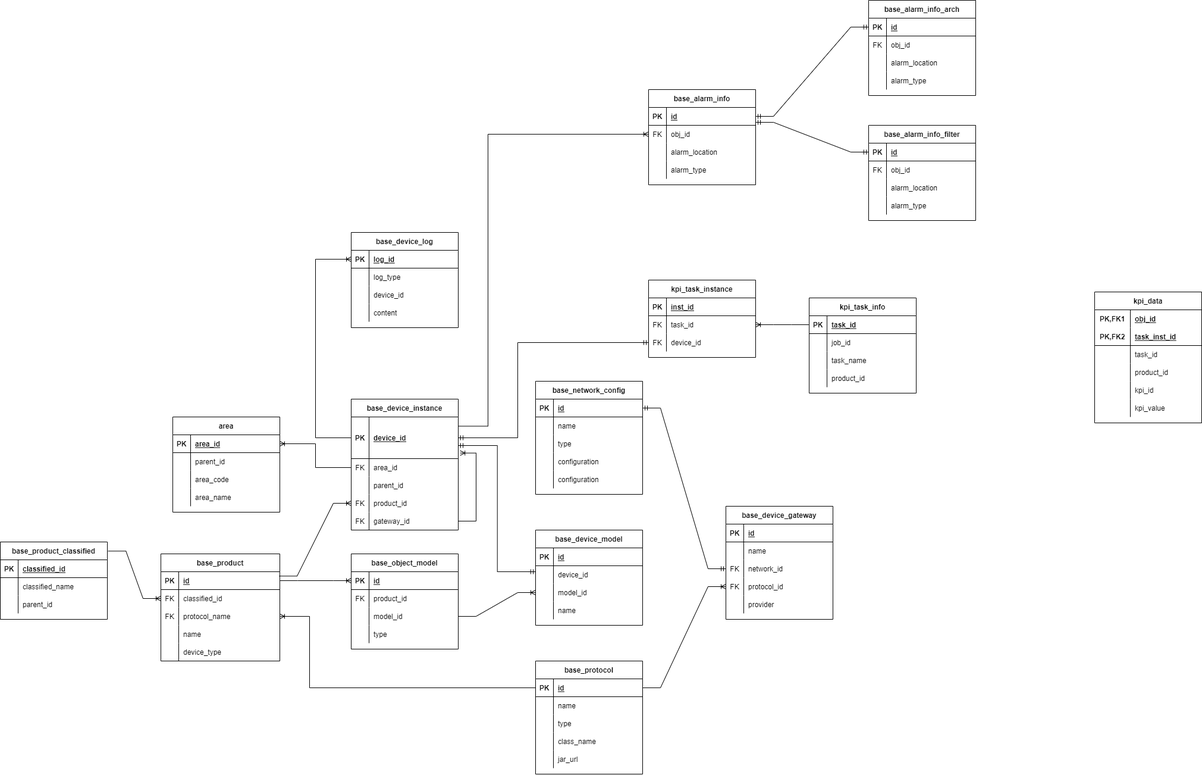
Earlier version of the draw.io export Untitled Diagram.drawio.png (liuyucai/springcloud-config). Source tidied: cells renumbered, new cells last; positions are measured from the earlier drawing's top-left corner, leaving out a move shared by most shapes.
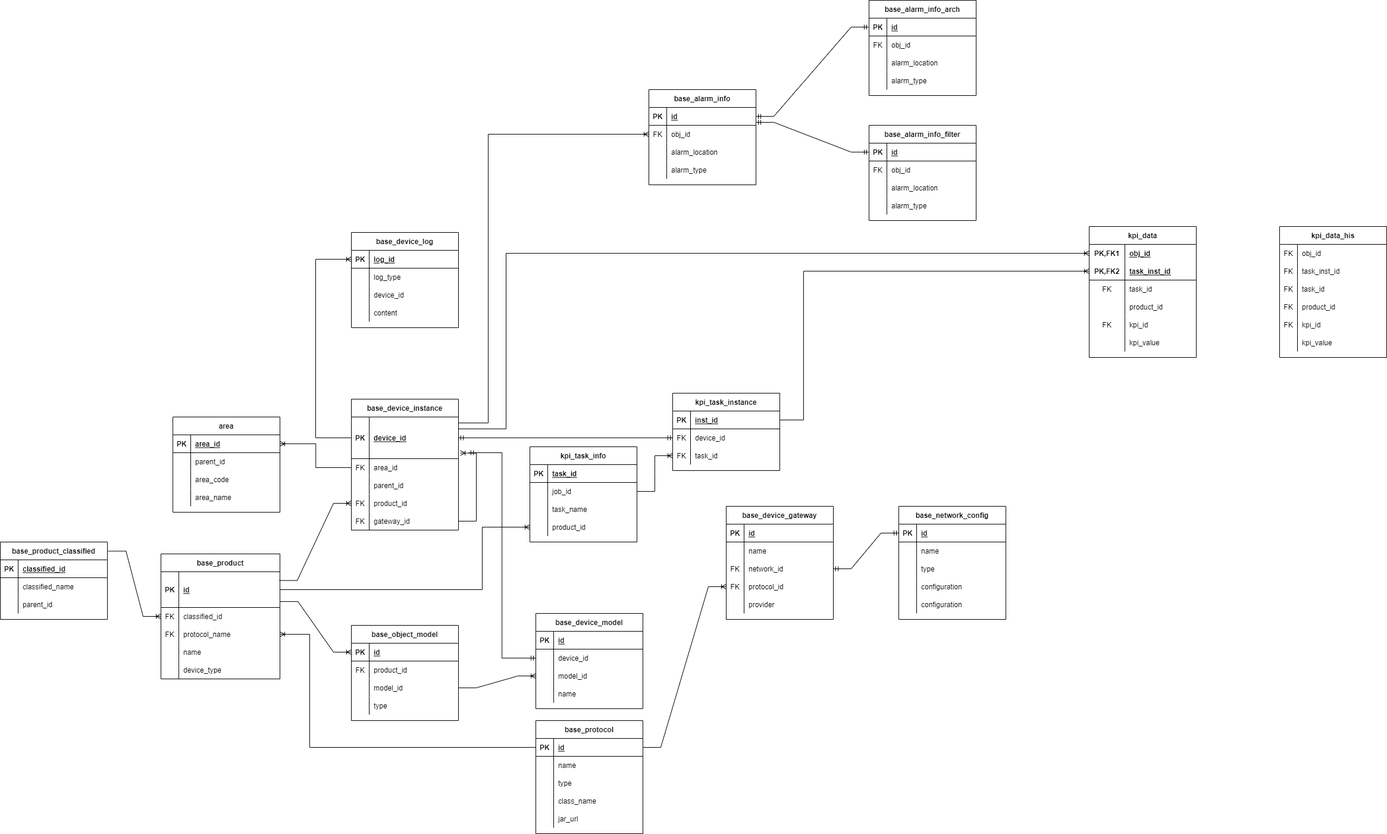
The same diagram one commit later.

Change to the diagram source:
```diff
@@ -5,15 +5,15 @@
     <mxCell id="2" value="base_product" style="shape=table;startSize=30;rowLines=0;fontStyle=1;align=center;" parent="1" vertex="1">
-      <mxGeometry x="270" y="930" width="200" height="180" as="geometry" />
+      <mxGeometry x="270" y="930" width="200" height="210" as="geometry" />
     </mxCell>
     <mxCell id="3" style="shape=tableRow;horizontal=0;startSize=0;swimlaneHead=0;swimlaneBody=0;fillColor=none;points=[[0,0.5],[1,0.5]];portConstraint=eastwest;top=0;left=0;right=0;bottom=1;" parent="2" vertex="1">
-      <mxGeometry y="30" width="200" height="30" as="geometry" />
+      <mxGeometry y="30" width="200" height="60" as="geometry" />
     </mxCell>
     <mxCell id="4" value="PK" style="shape=partialRectangle;fillColor=none;top=0;left=0;bottom=0;right=0;fontStyle=1;overflow=hidden;" parent="3" vertex="1">
-      <mxGeometry width="30" height="30" as="geometry" />
+      <mxGeometry width="30" height="60" as="geometry" />
     </mxCell>
     <mxCell id="5" value="id" style="shape=partialRectangle;fillColor=none;top=0;left=0;bottom=0;right=0;align=left;spacingLeft=6;fontStyle=5;overflow=hidden;" parent="3" vertex="1">
-      <mxGeometry x="30" width="170" height="30" as="geometry" />
+      <mxGeometry x="30" width="170" height="60" as="geometry" />
     </mxCell>
     <mxCell id="6" style="shape=tableRow;horizontal=0;startSize=0;swimlaneHead=0;swimlaneBody=0;fillColor=none;points=[[0,0.5],[1,0.5]];portConstraint=eastwest;top=0;left=0;right=0;bottom=0;" parent="2" vertex="1">
-      <mxGeometry y="60" width="200" height="30" as="geometry" />
+      <mxGeometry y="90" width="200" height="30" as="geometry" />
     </mxCell>
@@ -26,3 +26,3 @@
     <mxCell id="9" style="shape=tableRow;horizontal=0;startSize=0;swimlaneHead=0;swimlaneBody=0;fillColor=none;points=[[0,0.5],[1,0.5]];portConstraint=eastwest;top=0;left=0;right=0;bottom=0;" parent="2" vertex="1">
-      <mxGeometry y="90" width="200" height="30" as="geometry" />
+      <mxGeometry y="120" width="200" height="30" as="geometry" />
     </mxCell>
@@ -35,3 +35,3 @@
     <mxCell id="12" style="shape=tableRow;horizontal=0;startSize=0;swimlaneHead=0;swimlaneBody=0;fillColor=none;top=0;left=0;right=0;bottom=0;" parent="2" vertex="1">
-      <mxGeometry y="120" width="200" height="30" as="geometry" />
+      <mxGeometry y="150" width="200" height="30" as="geometry" />
     </mxCell>
@@ -44,3 +44,3 @@
     <mxCell id="15" style="shape=tableRow;horizontal=0;startSize=0;swimlaneHead=0;swimlaneBody=0;fillColor=none;top=0;left=0;right=0;bottom=0;" parent="2" vertex="1">
-      <mxGeometry y="150" width="200" height="30" as="geometry" />
+      <mxGeometry y="180" width="200" height="30" as="geometry" />
     </mxCell>
@@ -153,3 +153,3 @@
     <mxCell id="50" value="base_object_model" style="shape=table;startSize=30;rowLines=0;fontStyle=1;align=center;" parent="1" vertex="1">
-      <mxGeometry x="590" y="930" width="180" height="160" as="geometry" />
+      <mxGeometry x="590" y="1050" width="180" height="160" as="geometry" />
     </mxCell>
@@ -191,3 +191,3 @@
     </mxCell>
-    <mxCell id="63" style="edgeStyle=entityRelationEdgeStyle;fontSize=12;html=1;endArrow=ERoneToMany;rounded=0;entryX=0;entryY=0.5;entryDx=0;entryDy=0;exitX=1;exitY=0.5;exitDx=0;exitDy=0;" parent="1" edge="1" source="3" target="51">
+    <mxCell id="63" style="edgeStyle=entityRelationEdgeStyle;fontSize=12;html=1;endArrow=ERoneToMany;rounded=0;entryX=0;entryY=0.5;entryDx=0;entryDy=0;exitX=1.001;exitY=0.834;exitDx=0;exitDy=0;exitPerimeter=0;" parent="1" edge="1" source="3" target="51">
       <mxGeometry relative="1" as="geometry" />
@@ -228,3 +228,3 @@
     <mxCell id="75" value="base_network_config" style="shape=table;startSize=30;rowLines=0;fontStyle=1;align=center;" parent="1" vertex="1">
-      <mxGeometry x="900" y="640" width="180" height="190" as="geometry" />
+      <mxGeometry x="1510" y="850" width="180" height="190" as="geometry" />
     </mxCell>
@@ -276,3 +276,3 @@
     <mxCell id="91" value="base_protocol" style="shape=table;startSize=30;rowLines=0;fontStyle=1;align=center;" parent="1" vertex="1">
-      <mxGeometry x="900" y="1110" width="180" height="190" as="geometry" />
+      <mxGeometry x="900" y="1210" width="180" height="190" as="geometry" />
     </mxCell>
@@ -379,3 +379,3 @@
     </mxCell>
-    <mxCell id="124" style="edgeStyle=entityRelationEdgeStyle;fontSize=12;html=1;endArrow=ERmandOne;startArrow=ERmandOne;rounded=0;exitX=1;exitY=0.5;exitDx=0;exitDy=0;entryX=0;entryY=0.5;entryDx=0;entryDy=0;" parent="1" edge="1" source="76" target="115">
+    <mxCell id="124" style="edgeStyle=entityRelationEdgeStyle;fontSize=12;html=1;endArrow=ERmandOne;startArrow=ERmandOne;rounded=0;exitX=0;exitY=0.5;exitDx=0;exitDy=0;entryX=1;entryY=0.5;entryDx=0;entryDy=0;" parent="1" edge="1" source="76" target="115">
       <mxGeometry relative="1" as="geometry" />
@@ -386,3 +386,3 @@
     <mxCell id="126" value="base_device_model" style="shape=table;startSize=30;rowLines=0;fontStyle=1;align=center;" parent="1" vertex="1">
-      <mxGeometry x="900" y="890" width="180" height="160" as="geometry" />
+      <mxGeometry x="900" y="1030" width="180" height="160" as="geometry" />
     </mxCell>
@@ -424,6 +424,5 @@
     </mxCell>
-    <mxCell id="139" style="edgeStyle=elbowEdgeStyle;fontSize=12;html=1;endArrow=ERmandOne;startArrow=ERmandOne;rounded=0;" parent="1" edge="1">
+    <mxCell id="139" style="edgeStyle=elbowEdgeStyle;fontSize=12;html=1;endArrow=ERmandOne;startArrow=ERmandOne;rounded=0;entryX=0;entryY=0.5;entryDx=0;entryDy=0;" parent="1" edge="1" target="130">
       <mxGeometry relative="1" as="geometry">
-        <mxPoint x="770" y="748" as="sourcePoint" />
-        <mxPoint x="900" y="960" as="targetPoint" />
+        <mxPoint x="787" y="760" as="sourcePoint" />
       </mxGeometry>
@@ -480,3 +479,3 @@
     <mxCell id="155" value="kpi_task_info" style="shape=table;startSize=30;rowLines=0;fontStyle=1;align=center;" parent="1" vertex="1">
-      <mxGeometry x="1360" y="500" width="180" height="160" as="geometry" />
+      <mxGeometry x="890" y="750" width="180" height="160" as="geometry" />
     </mxCell>
@@ -519,3 +518,3 @@
     <mxCell id="168" value="kpi_task_instance" style="shape=table;startSize=30;rowLines=0;fontStyle=1;align=center;" parent="1" vertex="1">
-      <mxGeometry x="1090" y="470" width="180" height="130" as="geometry" />
+      <mxGeometry x="1130" y="660" width="180" height="130" as="geometry" />
     </mxCell>
@@ -530,4 +529,13 @@
     </mxCell>
+    <mxCell id="175" style="shape=tableRow;horizontal=0;startSize=0;swimlaneHead=0;swimlaneBody=0;fillColor=none;points=[[0,0.5],[1,0.5]];portConstraint=eastwest;top=0;left=0;right=0;bottom=0;" parent="168" vertex="1">
+      <mxGeometry y="60" width="180" height="30" as="geometry" />
+    </mxCell>
+    <mxCell id="176" value="FK" style="shape=partialRectangle;fillColor=none;top=0;left=0;bottom=0;right=0;overflow=hidden;" parent="175" vertex="1">
+      <mxGeometry width="30" height="30" as="geometry" />
+    </mxCell>
+    <mxCell id="177" value="device_id" style="shape=partialRectangle;fillColor=none;top=0;left=0;bottom=0;right=0;align=left;spacingLeft=6;overflow=hidden;" parent="175" vertex="1">
+      <mxGeometry x="30" width="150" height="30" as="geometry" />
+    </mxCell>
     <mxCell id="172" style="shape=tableRow;horizontal=0;startSize=0;swimlaneHead=0;swimlaneBody=0;fillColor=none;points=[[0,0.5],[1,0.5]];portConstraint=eastwest;top=0;left=0;right=0;bottom=0;" parent="168" vertex="1">
-      <mxGeometry y="60" width="180" height="30" as="geometry" />
+      <mxGeometry y="90" width="180" height="30" as="geometry" />
     </mxCell>
@@ -539,21 +547,5 @@
     </mxCell>
-    <mxCell id="175" style="shape=tableRow;horizontal=0;startSize=0;swimlaneHead=0;swimlaneBody=0;fillColor=none;points=[[0,0.5],[1,0.5]];portConstraint=eastwest;top=0;left=0;right=0;bottom=0;" parent="168" vertex="1">
-      <mxGeometry y="90" width="180" height="30" as="geometry" />
-    </mxCell>
-    <mxCell id="176" value="FK" style="shape=partialRectangle;fillColor=none;top=0;left=0;bottom=0;right=0;overflow=hidden;" parent="175" vertex="1">
-      <mxGeometry width="30" height="30" as="geometry" />
-    </mxCell>
-    <mxCell id="177" value="device_id" style="shape=partialRectangle;fillColor=none;top=0;left=0;bottom=0;right=0;align=left;spacingLeft=6;overflow=hidden;" parent="175" vertex="1">
-      <mxGeometry x="30" width="150" height="30" as="geometry" />
-    </mxCell>
-    <mxCell id="178" style="edgeStyle=elbowEdgeStyle;fontSize=12;html=1;endArrow=ERmandOne;startArrow=ERmandOne;rounded=0;entryX=0;entryY=0.5;entryDx=0;entryDy=0;exitX=1;exitY=0.5;exitDx=0;exitDy=0;" parent="1" edge="1" source="19" target="175">
-      <mxGeometry relative="1" as="geometry">
-        <Array as="points">
-          <mxPoint x="870" y="610" />
-        </Array>
-      </mxGeometry>
+    <mxCell id="178" style="fontSize=12;html=1;endArrow=ERmandOne;startArrow=ERmandOne;rounded=0;entryX=0;entryY=0.5;entryDx=0;entryDy=0;exitX=1;exitY=0.5;exitDx=0;exitDy=0;" parent="1" edge="1" source="19" target="175">
+      <mxGeometry relative="1" as="geometry" />
     </mxCell>
-    <mxCell id="179" style="edgeStyle=entityRelationEdgeStyle;fontSize=12;html=1;endArrow=ERoneToMany;rounded=0;exitX=0;exitY=0.5;exitDx=0;exitDy=0;entryX=1;entryY=0.5;entryDx=0;entryDy=0;" parent="1" edge="1" source="156" target="172">
-      <mxGeometry relative="1" as="geometry" />
-    </mxCell>
     <mxCell id="180" value="base_alarm_info" style="shape=table;startSize=30;rowLines=0;fontStyle=1;align=center;" parent="1" vertex="1">
@@ -597,4 +589,5 @@
     </mxCell>
-    <mxCell id="193" style="edgeStyle=elbowEdgeStyle;fontSize=12;html=1;endArrow=ERoneToMany;rounded=0;exitX=1.003;exitY=0.221;exitDx=0;exitDy=0;exitPerimeter=0;entryX=0;entryY=0.5;entryDx=0;entryDy=0;" parent="1" edge="1" source="19" target="184">
+    <mxCell id="193" style="edgeStyle=elbowEdgeStyle;fontSize=12;html=1;endArrow=ERoneToMany;rounded=0;entryX=0;entryY=0.5;entryDx=0;entryDy=0;" parent="1" edge="1" target="184">
       <mxGeometry relative="1" as="geometry">
+        <mxPoint x="770" y="710" as="sourcePoint" />
         <Array as="points">
@@ -691,3 +684,3 @@
     <mxCell id="222" value="kpi_data" style="shape=table;startSize=30;rowLines=0;fontStyle=1;align=center;" parent="1" vertex="1">
-      <mxGeometry x="1840" y="490" width="180" height="220" as="geometry" />
+      <mxGeometry x="1830" y="380" width="180" height="220" as="geometry" />
     </mxCell>
@@ -714,3 +707,3 @@
     </mxCell>
-    <mxCell id="230" style="shape=partialRectangle;fillColor=none;top=0;left=0;bottom=0;right=0;overflow=hidden;" parent="229" vertex="1">
+    <mxCell id="230" value="FK" style="shape=partialRectangle;fillColor=none;top=0;left=0;bottom=0;right=0;overflow=hidden;" parent="229" vertex="1">
       <mxGeometry width="60" height="30" as="geometry" />
@@ -732,3 +725,3 @@
     </mxCell>
-    <mxCell id="236" style="shape=partialRectangle;fillColor=none;top=0;left=0;bottom=0;right=0;fontStyle=0;overflow=hidden;" parent="235" vertex="1">
+    <mxCell id="236" value="FK" style="shape=partialRectangle;fillColor=none;top=0;left=0;bottom=0;right=0;fontStyle=0;overflow=hidden;" parent="235" vertex="1">
       <mxGeometry width="60" height="30" as="geometry" />
@@ -747,2 +740,89 @@
     </mxCell>
+    <mxCell id="241" value="kpi_data_his" style="shape=table;startSize=30;rowLines=0;fontStyle=1;align=center;" parent="1" vertex="1">
+      <mxGeometry x="2150" y="380" width="180" height="220" as="geometry" />
+    </mxCell>
+    <mxCell id="242" style="shape=tableRow;horizontal=0;startSize=0;swimlaneHead=0;swimlaneBody=0;fillColor=none;top=0;left=0;right=0;bottom=0;" parent="241" vertex="1">
+      <mxGeometry y="30" width="180" height="30" as="geometry" />
+    </mxCell>
+    <mxCell id="243" value="FK" style="shape=partialRectangle;fillColor=none;top=0;left=0;bottom=0;right=0;overflow=hidden;" parent="242" vertex="1">
+      <mxGeometry width="30" height="30" as="geometry" />
+    </mxCell>
+    <mxCell id="244" value="obj_id" style="shape=partialRectangle;fillColor=none;top=0;left=0;bottom=0;right=0;align=left;spacingLeft=6;overflow=hidden;" parent="242" vertex="1">
+      <mxGeometry x="30" width="150" height="30" as="geometry" />
+    </mxCell>
+    <mxCell id="245" style="shape=tableRow;horizontal=0;startSize=0;swimlaneHead=0;swimlaneBody=0;fillColor=none;top=0;left=0;right=0;bottom=0;" parent="241" vertex="1">
+      <mxGeometry y="60" width="180" height="30" as="geometry" />
+    </mxCell>
+    <mxCell id="246" value="FK" style="shape=partialRectangle;fillColor=none;top=0;left=0;bottom=0;right=0;overflow=hidden;" parent="245" vertex="1">
+      <mxGeometry width="30" height="30" as="geometry" />
+    </mxCell>
+    <mxCell id="247" value="task_inst_id" style="shape=partialRectangle;fillColor=none;top=0;left=0;bottom=0;right=0;align=left;spacingLeft=6;overflow=hidden;" parent="245" vertex="1">
+      <mxGeometry x="30" width="150" height="30" as="geometry" />
+    </mxCell>
+    <mxCell id="248" style="shape=tableRow;horizontal=0;startSize=0;swimlaneHead=0;swimlaneBody=0;fillColor=none;top=0;left=0;right=0;bottom=0;" parent="241" vertex="1">
+      <mxGeometry y="90" width="180" height="30" as="geometry" />
+    </mxCell>
+    <mxCell id="249" value="FK" style="shape=partialRectangle;fillColor=none;top=0;left=0;bottom=0;right=0;overflow=hidden;" parent="248" vertex="1">
+      <mxGeometry width="30" height="30" as="geometry" />
+    </mxCell>
+    <mxCell id="250" value="task_id" style="shape=partialRectangle;fillColor=none;top=0;left=0;bottom=0;right=0;align=left;spacingLeft=6;overflow=hidden;" parent="248" vertex="1">
+      <mxGeometry x="30" width="150" height="30" as="geometry" />
+    </mxCell>
+    <mxCell id="251" style="shape=tableRow;horizontal=0;startSize=0;swimlaneHead=0;swimlaneBody=0;fillColor=none;top=0;left=0;right=0;bottom=0;" parent="241" vertex="1">
+      <mxGeometry y="120" width="180" height="30" as="geometry" />
+    </mxCell>
+    <mxCell id="252" value="FK" style="shape=partialRectangle;fillColor=none;top=0;left=0;bottom=0;right=0;fontStyle=0;overflow=hidden;" parent="251" vertex="1">
+      <mxGeometry width="30" height="30" as="geometry" />
+    </mxCell>
+    <mxCell id="253" value="product_id" style="shape=partialRectangle;fillColor=none;top=0;left=0;bottom=0;right=0;align=left;spacingLeft=6;fontStyle=0;overflow=hidden;" parent="251" vertex="1">
+      <mxGeometry x="30" width="150" height="30" as="geometry" />
+    </mxCell>
+    <mxCell id="254" style="shape=tableRow;horizontal=0;startSize=0;swimlaneHead=0;swimlaneBody=0;fillColor=none;top=0;left=0;right=0;bottom=0;" parent="241" vertex="1">
+      <mxGeometry y="150" width="180" height="30" as="geometry" />
+    </mxCell>
+    <mxCell id="255" value="FK" style="shape=partialRectangle;fillColor=none;top=0;left=0;bottom=0;right=0;overflow=hidden;" parent="254" vertex="1">
+      <mxGeometry width="30" height="30" as="geometry" />
+    </mxCell>
+    <mxCell id="256" value="kpi_id" style="shape=partialRectangle;fillColor=none;top=0;left=0;bottom=0;right=0;align=left;spacingLeft=6;overflow=hidden;" parent="254" vertex="1">
+      <mxGeometry x="30" width="150" height="30" as="geometry" />
+    </mxCell>
+    <mxCell id="257" style="shape=tableRow;horizontal=0;startSize=0;swimlaneHead=0;swimlaneBody=0;fillColor=none;top=0;left=0;right=0;bottom=0;" parent="241" vertex="1">
+      <mxGeometry y="180" width="180" height="30" as="geometry" />
+    </mxCell>
+    <mxCell id="258" style="shape=partialRectangle;fillColor=none;top=0;left=0;bottom=0;right=0;fontStyle=0;overflow=hidden;" parent="257" vertex="1">
+      <mxGeometry width="30" height="30" as="geometry" />
+    </mxCell>
+    <mxCell id="259" value="kpi_value" style="shape=partialRectangle;fillColor=none;top=0;left=0;bottom=0;right=0;align=left;spacingLeft=6;fontStyle=0;overflow=hidden;" parent="257" vertex="1">
+      <mxGeometry x="30" width="150" height="30" as="geometry" />
+    </mxCell>
+    <mxCell id="260" style="edgeStyle=elbowEdgeStyle;fontSize=12;html=1;endArrow=ERoneToMany;rounded=0;entryX=0;entryY=0.5;entryDx=0;entryDy=0;" parent="1" edge="1" target="223">
+      <mxGeometry relative="1" as="geometry">
+        <mxPoint x="770" y="720" as="sourcePoint" />
+        <Array as="points">
+          <mxPoint x="850" y="430" />
+          <mxPoint x="1590" y="450" />
+          <mxPoint x="1520" y="440" />
+        </Array>
+      </mxGeometry>
+    </mxCell>
+    <mxCell id="261" style="edgeStyle=elbowEdgeStyle;fontSize=12;html=1;endArrow=ERoneToMany;rounded=0;entryX=0;entryY=0.5;entryDx=0;entryDy=0;exitX=1;exitY=0.5;exitDx=0;exitDy=0;" parent="1" edge="1" source="169" target="226">
+      <mxGeometry relative="1" as="geometry">
+        <Array as="points">
+          <mxPoint x="1350" y="560" />
+          <mxPoint x="1330" y="480" />
+        </Array>
+      </mxGeometry>
+    </mxCell>
+    <mxCell id="262" style="edgeStyle=elbowEdgeStyle;fontSize=12;html=1;endArrow=ERoneToMany;rounded=0;exitX=1;exitY=0.5;exitDx=0;exitDy=0;entryX=0;entryY=0.5;entryDx=0;entryDy=0;" parent="1" edge="1" source="3" target="165">
+      <mxGeometry relative="1" as="geometry">
+        <Array as="points">
+          <mxPoint x="810" y="960" />
+          <mxPoint x="1130" y="820" />
+          <mxPoint x="1160" y="840" />
+        </Array>
+      </mxGeometry>
+    </mxCell>
+    <mxCell id="263" style="edgeStyle=entityRelationEdgeStyle;fontSize=12;html=1;endArrow=ERoneToMany;rounded=0;entryX=0;entryY=0.5;entryDx=0;entryDy=0;exitX=1;exitY=0.5;exitDx=0;exitDy=0;" parent="1" edge="1" source="159" target="172">
+      <mxGeometry relative="1" as="geometry" />
+    </mxCell>
   </root>
```
